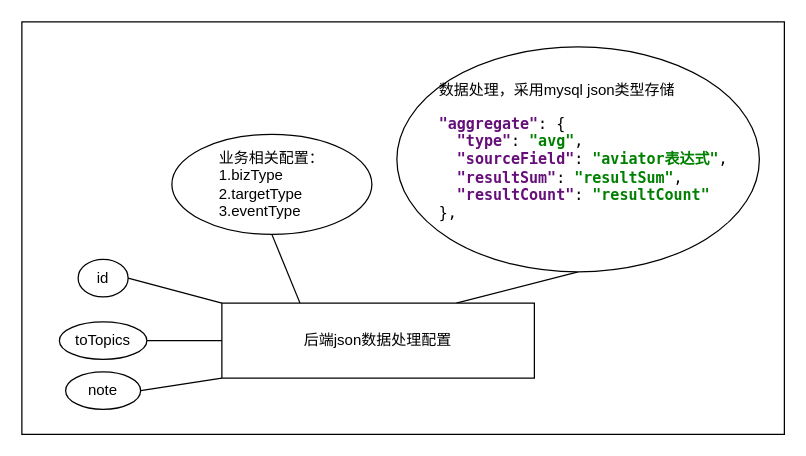
Before: spark-profile ER图.drawio in qingchao-kong/draw.io, a draw.io diagram. Source tidied: cells renumbered, new cells numbered last; positions are measured from the earlier drawing's top-left corner, leaving out a move shared by most shapes. Both pictures are drawn from the tidied source at 125%, with x=0, y=0 at pixel (21, 21).
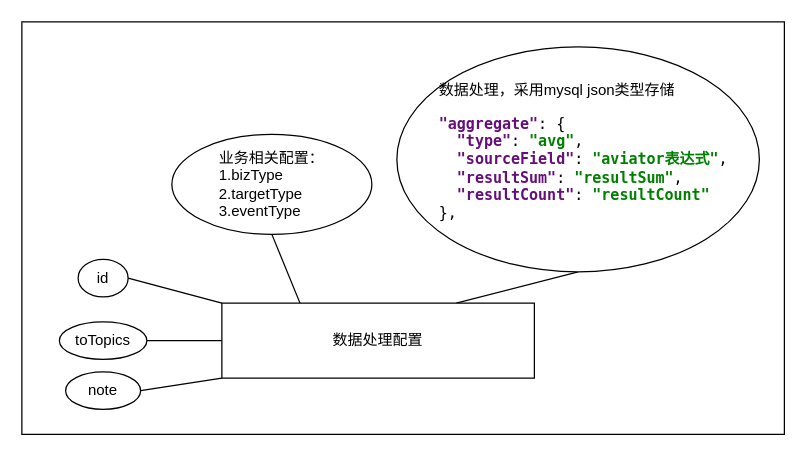
Above is the later version.

Diff of the diagram source:
```diff
@@
 <mxGraphModel>
   <root>
     <mxCell id="0" />
     <mxCell id="1" parent="0" />
     <mxCell id="2" style="rounded=0;whiteSpace=wrap;html=1;align=left;" parent="1" vertex="1">
       <mxGeometry width="610" height="330" as="geometry" />
     </mxCell>
     <mxCell id="3" style="rounded=0;jettySize=auto;html=1;exitX=0;exitY=0.5;exitDx=0;exitDy=0;entryX=1;entryY=0.5;entryDx=0;entryDy=0;endArrow=none;endFill=0;" parent="1" edge="1" source="7" target="9">
       <mxGeometry relative="1" as="geometry" />
     </mxCell>
     <mxCell id="4" style="edgeStyle=none;rounded=0;jettySize=auto;html=1;exitX=0.75;exitY=0;exitDx=0;exitDy=0;entryX=0.5;entryY=1;entryDx=0;entryDy=0;endArrow=none;endFill=0;" parent="1" edge="1" source="7" target="10">
       <mxGeometry relative="1" as="geometry" />
     </mxCell>
     <mxCell id="5" style="edgeStyle=none;rounded=0;jettySize=auto;html=1;exitX=0;exitY=1;exitDx=0;exitDy=0;entryX=1;entryY=0.5;entryDx=0;entryDy=0;endArrow=none;endFill=0;" parent="1" edge="1" source="7" target="12">
       <mxGeometry relative="1" as="geometry" />
     </mxCell>
     <mxCell id="6" style="edgeStyle=none;rounded=0;jettySize=auto;html=1;exitX=0.25;exitY=0;exitDx=0;exitDy=0;entryX=0.5;entryY=1;entryDx=0;entryDy=0;endArrow=none;endFill=0;" parent="1" edge="1" source="7" target="13">
       <mxGeometry relative="1" as="geometry" />
     </mxCell>
-    <mxCell id="7" value="后端json数据处理配置" style="rounded=0;whiteSpace=wrap;html=1;" parent="1" vertex="1">
+    <mxCell id="7" value="数据处理配置" style="rounded=0;whiteSpace=wrap;html=1;" parent="1" vertex="1">
       <mxGeometry x="160" y="225" width="250" height="60" as="geometry" />
     </mxCell>
     <mxCell id="8" value="id" style="ellipse;whiteSpace=wrap;html=1;" parent="1" vertex="1">
       <mxGeometry x="45" y="190" width="40" height="30" as="geometry" />
     </mxCell>
     <mxCell id="9" value="toTopics" style="ellipse;whiteSpace=wrap;html=1;" parent="1" vertex="1">
       <mxGeometry x="30" y="240" width="70" height="30" as="geometry" />
     </mxCell>
     <mxCell id="10" value="数据处理，采用mysql json类型存储&lt;br&gt;&lt;pre style=&quot;background-color: rgb(255 , 255 , 255) ; font-family: &amp;#34;menlo&amp;#34; ; font-size: 9pt&quot;&gt;&lt;span style=&quot;color: #660e7a ; font-weight: bold&quot;&gt;&quot;aggregate&quot;&lt;/span&gt;: {&lt;br&gt;  &lt;span style=&quot;color: #660e7a ; font-weight: bold&quot;&gt;&quot;type&quot;&lt;/span&gt;: &lt;span style=&quot;color: #008000 ; font-weight: bold&quot;&gt;&quot;avg&quot;&lt;/span&gt;,&lt;br&gt;  &lt;span style=&quot;color: #660e7a ; font-weight: bold&quot;&gt;&quot;sourceField&quot;&lt;/span&gt;: &lt;span style=&quot;color: #008000 ; font-weight: bold&quot;&gt;&quot;aviator表达式&quot;&lt;/span&gt;,&lt;br&gt;  &lt;span style=&quot;color: #660e7a ; font-weight: bold&quot;&gt;&quot;resultSum&quot;&lt;/span&gt;: &lt;span style=&quot;color: #008000 ; font-weight: bold&quot;&gt;&quot;resultSum&quot;&lt;/span&gt;,&lt;br&gt;  &lt;span style=&quot;color: #660e7a ; font-weight: bold&quot;&gt;&quot;resultCount&quot;&lt;/span&gt;: &lt;span style=&quot;color: #008000 ; font-weight: bold&quot;&gt;&quot;resultCount&quot;&lt;br&gt;&lt;/span&gt;},&lt;/pre&gt;" style="ellipse;whiteSpace=wrap;html=1;align=left;spacingTop=0;spacing=34;" parent="1" vertex="1">
       <mxGeometry x="300" y="20" width="290" height="180" as="geometry" />
     </mxCell>
     <mxCell id="11" style="endArrow=none;html=1;entryX=1;entryY=0.5;entryDx=0;entryDy=0;exitX=0;exitY=0;exitDx=0;exitDy=0;" parent="1" edge="1" source="7" target="8">
       <mxGeometry relative="1" as="geometry" />
     </mxCell>
     <mxCell id="12" value="note" style="ellipse;whiteSpace=wrap;html=1;" parent="1" vertex="1">
       <mxGeometry x="35" y="280" width="60" height="30" as="geometry" />
     </mxCell>
     <mxCell id="13" value="业务相关配置：&lt;br&gt;1.bizType&lt;br&gt;2.targetType&lt;br&gt;3.eventType" style="ellipse;whiteSpace=wrap;html=1;align=left;spacingTop=0;spacing=38;" parent="1" vertex="1">
       <mxGeometry x="120" y="90" width="160" height="80" as="geometry" />
     </mxCell>
   </root>
 </mxGraphModel>
```
